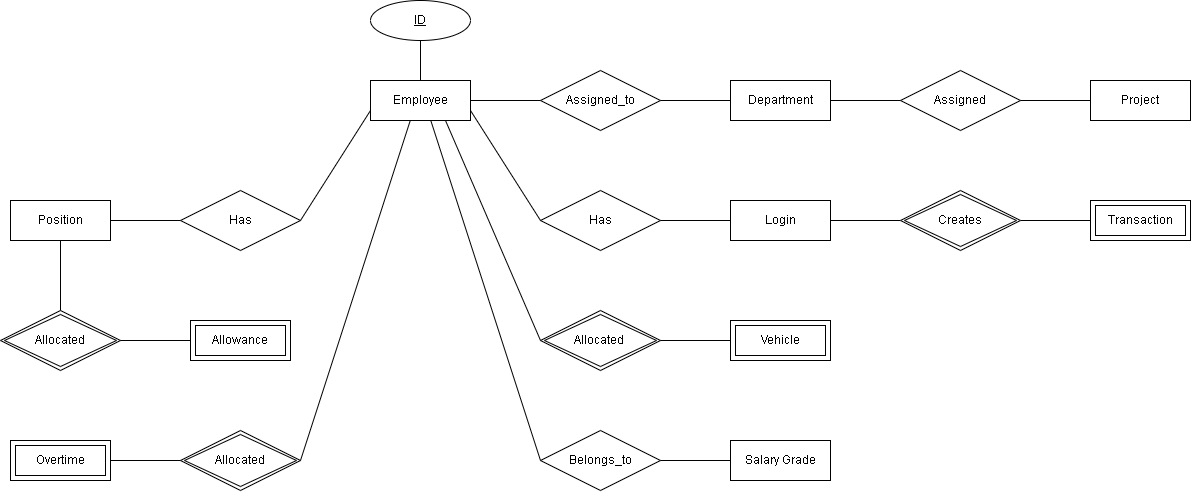
Earlier version of the draw.io export Phase 1/ERD.drawio.png (AhmedElkhashn/DB-project). Source tidied: cells renumbered, new cells last; positions are measured from the earlier drawing's top-left corner, leaving out a move shared by most shapes.
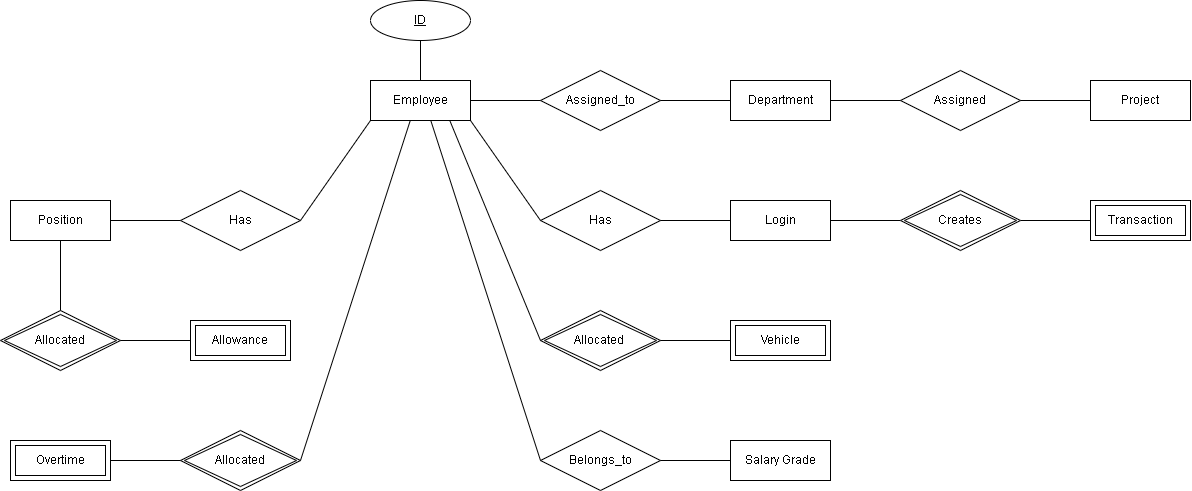
Above is the later version.

What changed in the source:
```diff
@@ -85,10 +85,10 @@
     <mxCell id="25" value="Salary Grade" style="whiteSpace=wrap;html=1;align=center;" parent="1" vertex="1">
       <mxGeometry x="730" y="440" width="100" height="40" as="geometry" />
     </mxCell>
-    <mxCell id="26" style="endArrow=none;html=1;rounded=0;exitX=1;exitY=0.75;exitDx=0;exitDy=0;entryX=0;entryY=0.5;entryDx=0;entryDy=0;" parent="1" edge="1" source="2" target="13">
+    <mxCell id="26" style="endArrow=none;html=1;rounded=0;exitX=1;exitY=1;exitDx=0;exitDy=0;entryX=0;entryY=0.5;entryDx=0;entryDy=0;" parent="1" edge="1" source="2" target="13">
       <mxGeometry relative="1" as="geometry" />
     </mxCell>
-    <mxCell id="27" style="endArrow=none;html=1;rounded=0;exitX=0.75;exitY=1;exitDx=0;exitDy=0;entryX=0;entryY=0.5;entryDx=0;entryDy=0;" parent="1" edge="1" source="2" target="21">
+    <mxCell id="27" style="endArrow=none;html=1;rounded=0;exitX=0.794;exitY=1.007;exitDx=0;exitDy=0;entryX=0;entryY=0.5;entryDx=0;entryDy=0;exitPerimeter=0;" parent="1" edge="1" source="2" target="21">
       <mxGeometry relative="1" as="geometry" />
     </mxCell>
     <mxCell id="28" style="endArrow=none;html=1;rounded=0;exitX=0.603;exitY=1.001;exitDx=0;exitDy=0;exitPerimeter=0;entryX=0;entryY=0.5;entryDx=0;entryDy=0;" parent="1" edge="1" source="2" target="23">
@@ -118,7 +118,7 @@
     <mxCell id="36" value="Allocated" style="shape=rhombus;double=1;perimeter=rhombusPerimeter;whiteSpace=wrap;html=1;align=center;" parent="1" vertex="1">
       <mxGeometry y="310" width="120" height="60" as="geometry" />
     </mxCell>
-    <mxCell id="37" style="endArrow=none;html=1;rounded=0;exitX=1;exitY=0.5;exitDx=0;exitDy=0;entryX=0;entryY=0.75;entryDx=0;entryDy=0;" parent="1" edge="1" source="33" target="2">
+    <mxCell id="37" style="endArrow=none;html=1;rounded=0;exitX=1;exitY=0.5;exitDx=0;exitDy=0;entryX=0;entryY=1;entryDx=0;entryDy=0;" parent="1" edge="1" source="33" target="2">
       <mxGeometry relative="1" as="geometry" />
     </mxCell>
     <mxCell id="38" style="endArrow=none;html=1;rounded=0;exitX=1;exitY=0.5;exitDx=0;exitDy=0;entryX=0;entryY=0.5;entryDx=0;entryDy=0;" parent="1" edge="1" source="35" target="33">
```
